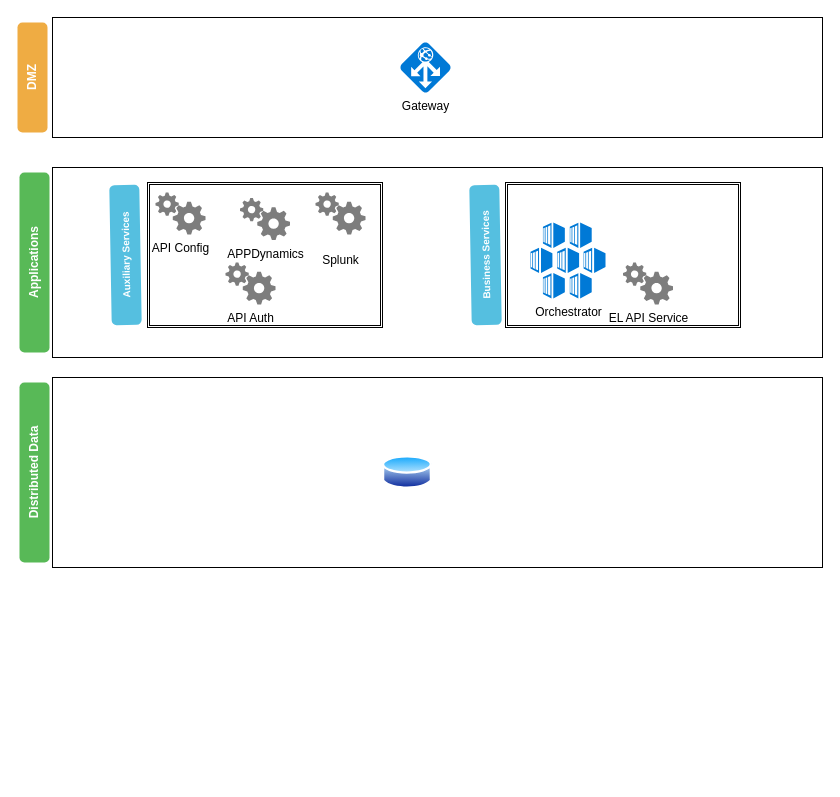
kpbindu/Diagrams keeps this draw.io diagram as RevisedTargetArch.drawio. Above is the earlier version. Source tidied: cells renumbered, new cells numbered last; positions are measured from the earlier drawing's top-left corner, leaving out a move shared by most shapes. Both pictures are drawn from the tidied source at 100%, with x=0, y=0 at pixel (-56, 17).
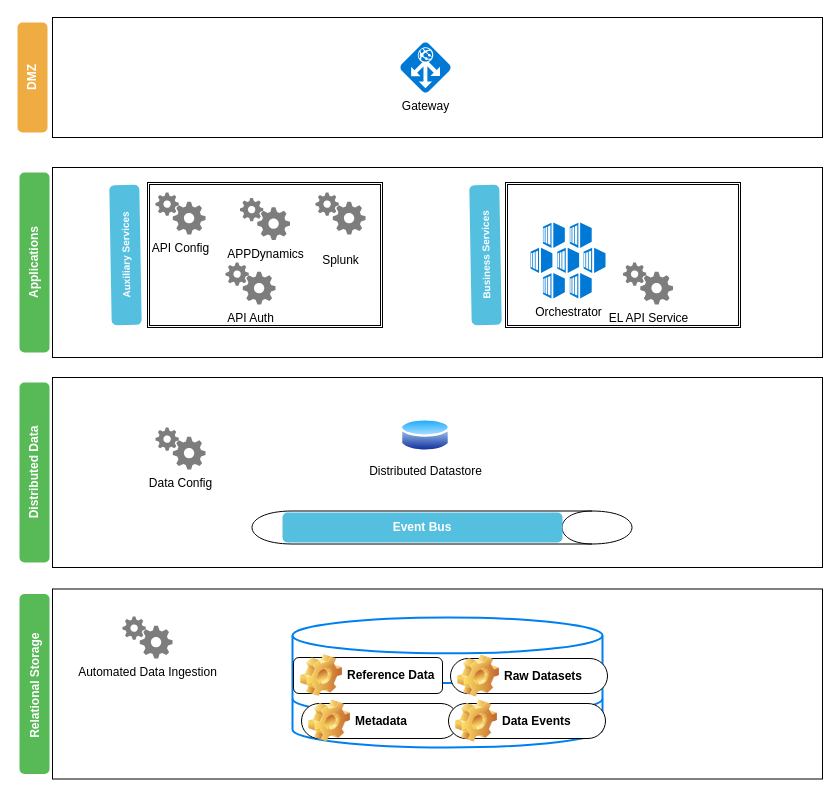
Above is the later version.

What changed in the source:
```diff
@@
-    <mxCell id="19" style="perimeter=ellipsePerimeter;html=1;align=center;shadow=0;dashed=0;spacingTop=3;image;image=img/lib/active_directory/database.svg;" parent="1" vertex="1">
-      <mxGeometry x="438" y="436.5" width="50" height="37" as="geometry" />
+    <mxCell id="19" value="Distributed Datastore" style="perimeter=ellipsePerimeter;html=1;align=center;shadow=0;dashed=0;spacingTop=3;image;image=img/lib/active_directory/database.svg;" parent="1" vertex="1">
+      <mxGeometry x="456" y="399.5" width="50" height="37" as="geometry" />
     </mxCell>
+    <mxCell id="20" style="shape=cylinder;whiteSpace=wrap;html=1;boundedLbl=1;backgroundOutline=1;rotation=90;" parent="1" vertex="1">
+      <mxGeometry x="481" y="320" width="33" height="380" as="geometry" />
+    </mxCell>
+    <mxCell id="21" value="Event Bus" style="html=1;shadow=0;dashed=0;shape=mxgraph.bootstrap.rrect;align=center;rSize=5;strokeColor=none;fillColor=#55BFE0;fontColor=#ffffff;fontStyle=1;whiteSpace=wrap;" parent="1" vertex="1">
+      <mxGeometry x="338" y="495" width="280" height="30" as="geometry" />
+    </mxCell>
+    <mxCell id="22" style="rounded=0;whiteSpace=wrap;html=1;" parent="1" vertex="1">
+      <mxGeometry x="108" y="571.5" width="770" height="190" as="geometry" />
+    </mxCell>
+    <mxCell id="23" value="Relational Storage&amp;nbsp;" style="html=1;shadow=0;dashed=0;shape=mxgraph.bootstrap.rrect;align=center;rSize=5;strokeColor=none;fillColor=#58B957;fontColor=#ffffff;fontStyle=1;whiteSpace=wrap;rotation=-90;" parent="1" vertex="1">
+      <mxGeometry y="651.5" width="180" height="30" as="geometry" />
+    </mxCell>
+    <mxCell id="24" value="Data Config" style="shadow=0;dashed=0;html=1;strokeColor=none;labelPosition=center;verticalLabelPosition=bottom;verticalAlign=top;align=center;shape=mxgraph.mscae.general.gears;fillColor=#7D7D7D;" parent="1" vertex="1">
+      <mxGeometry x="211" y="410" width="50" height="42" as="geometry" />
+    </mxCell>
+    <mxCell id="25" style="html=1;verticalLabelPosition=bottom;align=center;labelBackgroundColor=#ffffff;verticalAlign=top;strokeWidth=2;strokeColor=#0080F0;fillColor=#ffffff;shadow=0;dashed=0;shape=mxgraph.ios7.icons.data;" parent="1" vertex="1">
+      <mxGeometry x="348" y="600" width="310" height="130" as="geometry" />
+    </mxCell>
+    <mxCell id="26" value="Automated Data Ingestion" style="shadow=0;dashed=0;html=1;strokeColor=none;labelPosition=center;verticalLabelPosition=bottom;verticalAlign=top;align=center;shape=mxgraph.mscae.general.gears;fillColor=#7D7D7D;" parent="1" vertex="1">
+      <mxGeometry x="178" y="599" width="50" height="42" as="geometry" />
+    </mxCell>
+    <mxCell id="27" value="Reference Data" style="label;whiteSpace=wrap;html=1;image=img/clipart/Gear_128x128.png;" parent="1" vertex="1">
+      <mxGeometry x="349" y="640" width="149" height="36" as="geometry" />
+    </mxCell>
+    <mxCell id="28" value="Raw Datasets" style="label;whiteSpace=wrap;html=1;image=img/clipart/Gear_128x128.png;arcSize=50;" parent="1" vertex="1">
+      <mxGeometry x="506" y="641" width="157" height="35" as="geometry" />
+    </mxCell>
+    <mxCell id="29" value="Metadata" style="label;whiteSpace=wrap;html=1;image=img/clipart/Gear_128x128.png;arcSize=50;" parent="1" vertex="1">
+      <mxGeometry x="357" y="686" width="157" height="35" as="geometry" />
+    </mxCell>
+    <mxCell id="30" value="Data Events" style="label;whiteSpace=wrap;html=1;image=img/clipart/Gear_128x128.png;arcSize=50;" parent="1" vertex="1">
+      <mxGeometry x="504" y="686" width="157" height="35" as="geometry" />
+    </mxCell>
```
